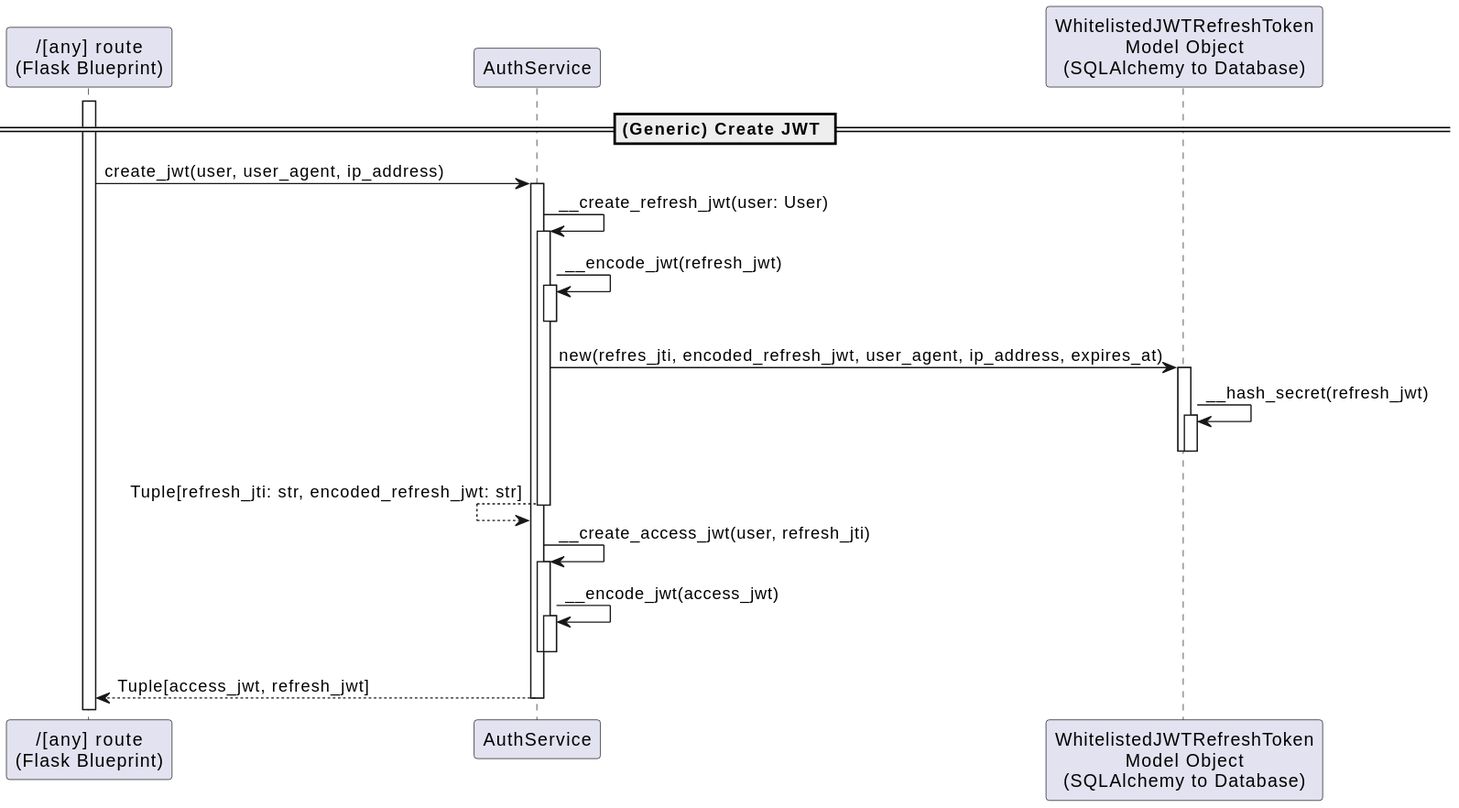
Earlier version of the PlantUML export docs/out/diagrams/uml/sequence/account_management/authentication_process/CreateJWTSequence.svg (dominikoetiker/TheMentalLoadHub).
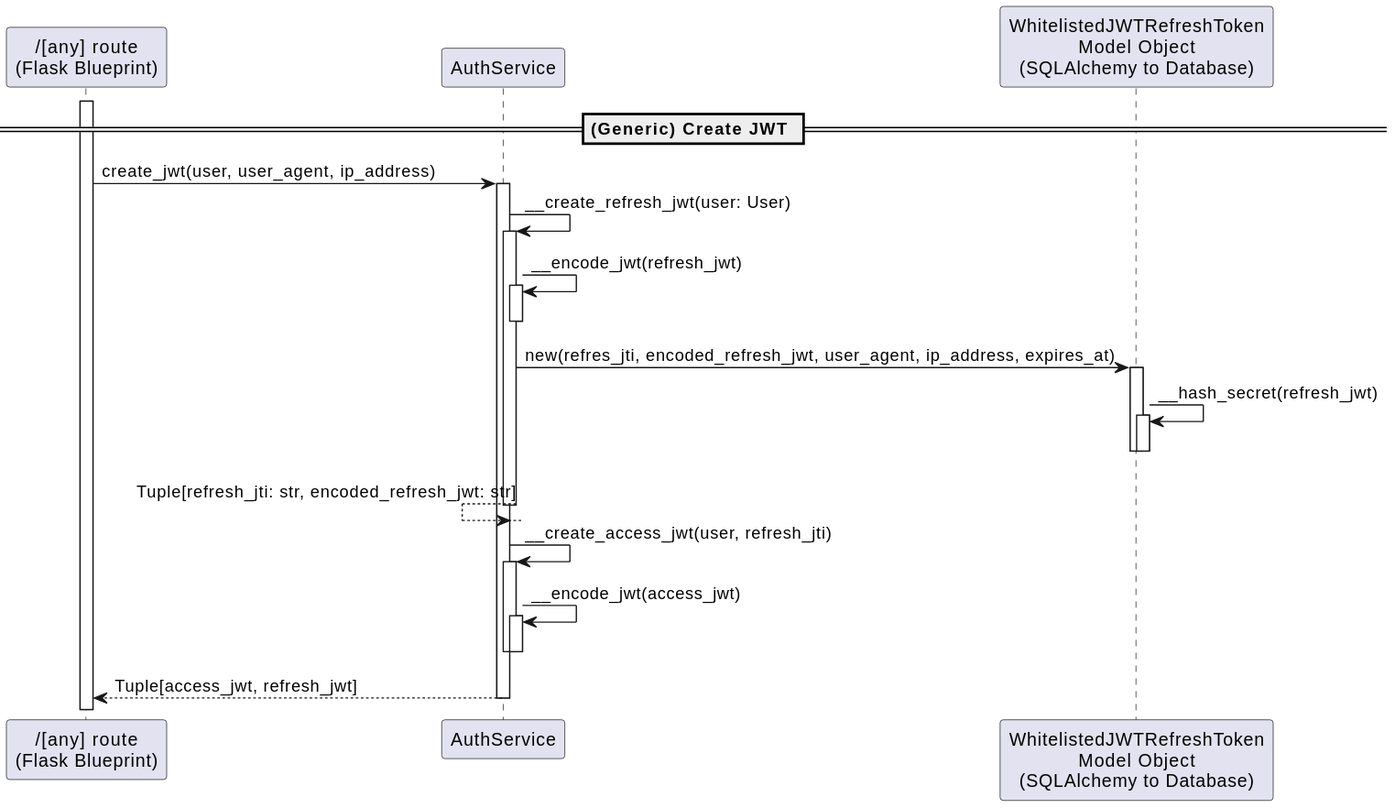
The same diagram one commit later.

What changed in the source:
```diff
@@ -1,11 +1,11 @@
 @startuml
-participant "/[any] route\n(Flask Blueprint)" as AR
+participant "/[any] route\n(Flask Blueprint)" as R
 participant "AuthService" as AS
 participant "WhitelistedJWTRefreshToken\nModel Object\n(SQLAlchemy to Database)" as WM
 
 == (Generic) Create JWT ==
-activate AR
-AR -> AS : create_jwt(user, user_agent, ip_address)
+activate R
+R -> AS : create_jwt(user, user_agent, ip_address)
 activate AS
 AS -> AS : __create_refresh_jwt(user: User)
 activate AS
@@ -26,6 +26,6 @@
 activate AS
 deactivate AS
 deactivate AS
-AR <-- AS : Tuple[access_jwt, refresh_jwt]
+R <-- AS : Tuple[access_jwt, refresh_jwt]
 deactivate AS
 @enduml
```
